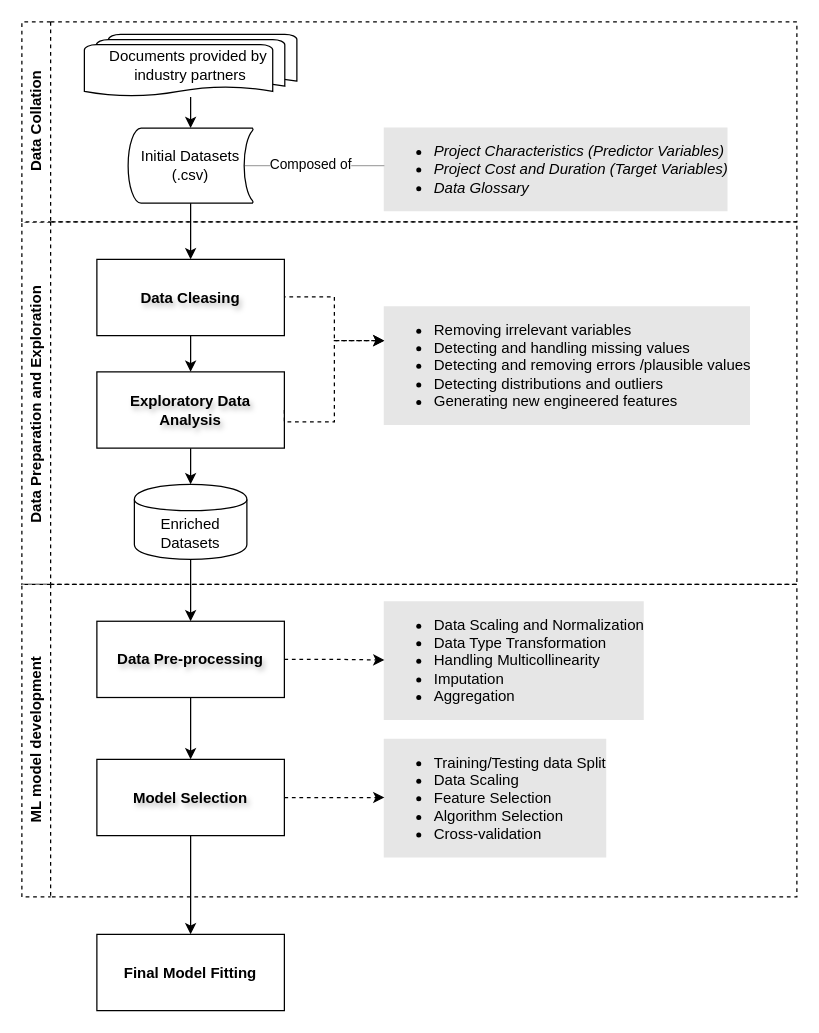
The draw.io diagram research framework.drawio in datou7119/Figures, before the edit. Source tidied: cells renumbered, new cells numbered last; positions are measured from the earlier drawing's top-left corner, leaving out a move shared by most shapes. Both pictures are drawn from the tidied source at 125%, with x=0, y=0 at pixel (21, 21).
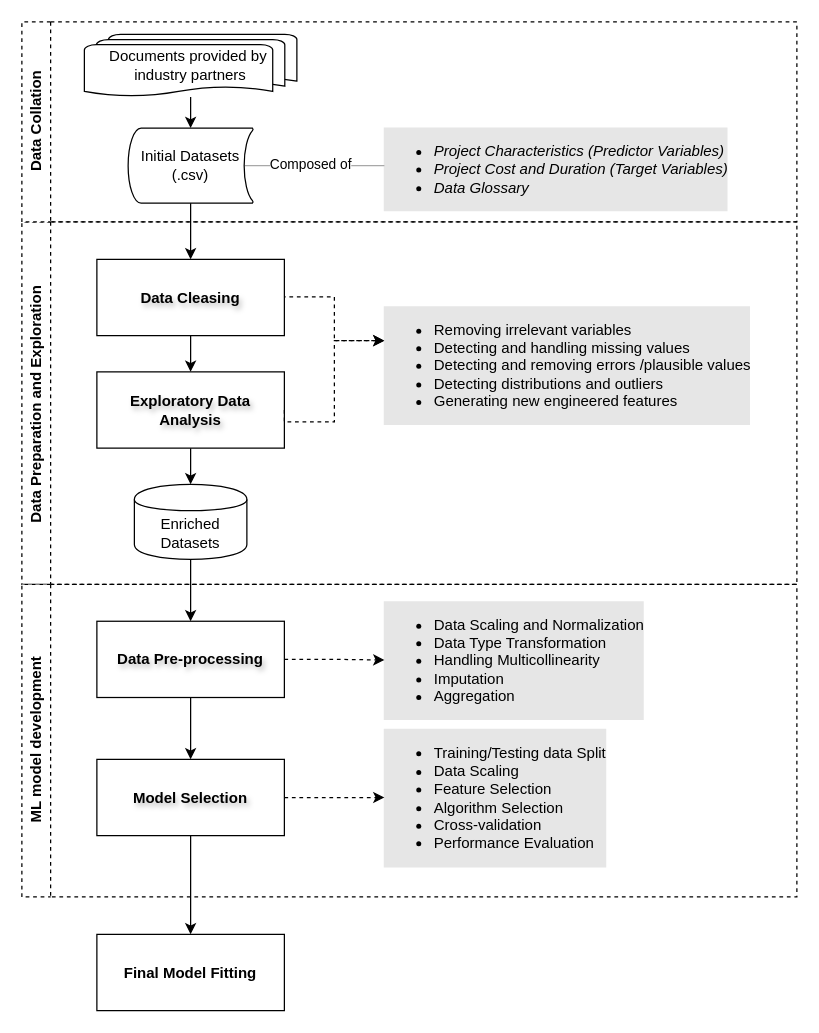
The same page after the edit.

The change refers to these unchanged cells:
```xml
<mxCell id="20" value="&lt;span style=&quot;text-wrap: nowrap;&quot;&gt;ML model development&lt;/span&gt;" style="swimlane;horizontal=0;whiteSpace=wrap;html=1;dashed=1;" parent="1" vertex="1">
  <mxGeometry y="450" width="620" height="250" as="geometry" />
</mxCell>
```

What changed in the source:
```diff
@@
-    <mxCell id="26" value="&lt;ul style=&quot;font-size: 12px;&quot;&gt;&lt;li style=&quot;font-size: 12px;&quot;&gt;&lt;span style=&quot;font-size: 12px;&quot;&gt;Training/Testing data Split&lt;/span&gt;&lt;/li&gt;&lt;li style=&quot;font-size: 12px;&quot;&gt;&lt;span style=&quot;font-size: 12px;&quot;&gt;Data Scaling&amp;nbsp;&lt;/span&gt;&lt;/li&gt;&lt;li style=&quot;font-size: 12px;&quot;&gt;Feature Selection&lt;/li&gt;&lt;li style=&quot;font-size: 12px;&quot;&gt;Algorithm Selection&lt;/li&gt;&lt;li style=&quot;font-size: 12px;&quot;&gt;Cross-validation&lt;/li&gt;&lt;/ul&gt;" style="text;html=1;align=left;verticalAlign=middle;points=[];strokeColor=none;fillColor=none;labelBackgroundColor=#E6E6E6;spacingRight=2;spacingLeft=0;fontSize=12;spacing=0;" parent="20" vertex="1">
+    <mxCell id="26" value="&lt;ul style=&quot;font-size: 12px;&quot;&gt;&lt;li style=&quot;font-size: 12px;&quot;&gt;&lt;span style=&quot;font-size: 12px;&quot;&gt;Training/Testing data Split&lt;/span&gt;&lt;/li&gt;&lt;li style=&quot;font-size: 12px;&quot;&gt;&lt;span style=&quot;font-size: 12px;&quot;&gt;Data Scaling&amp;nbsp;&lt;/span&gt;&lt;/li&gt;&lt;li style=&quot;font-size: 12px;&quot;&gt;Feature Selection&lt;/li&gt;&lt;li style=&quot;font-size: 12px;&quot;&gt;Algorithm Selection&lt;/li&gt;&lt;li style=&quot;font-size: 12px;&quot;&gt;Cross-validation&lt;/li&gt;&lt;li style=&quot;font-size: 12px;&quot;&gt;Performance Evaluation&lt;/li&gt;&lt;/ul&gt;" style="text;html=1;align=left;verticalAlign=middle;points=[];strokeColor=none;fillColor=none;labelBackgroundColor=#E6E6E6;spacingRight=2;spacingLeft=0;fontSize=12;spacing=0;" parent="20" vertex="1">
       <mxGeometry x="290" y="115.5" width="200" height="110" as="geometry" />
     </mxCell>
```
